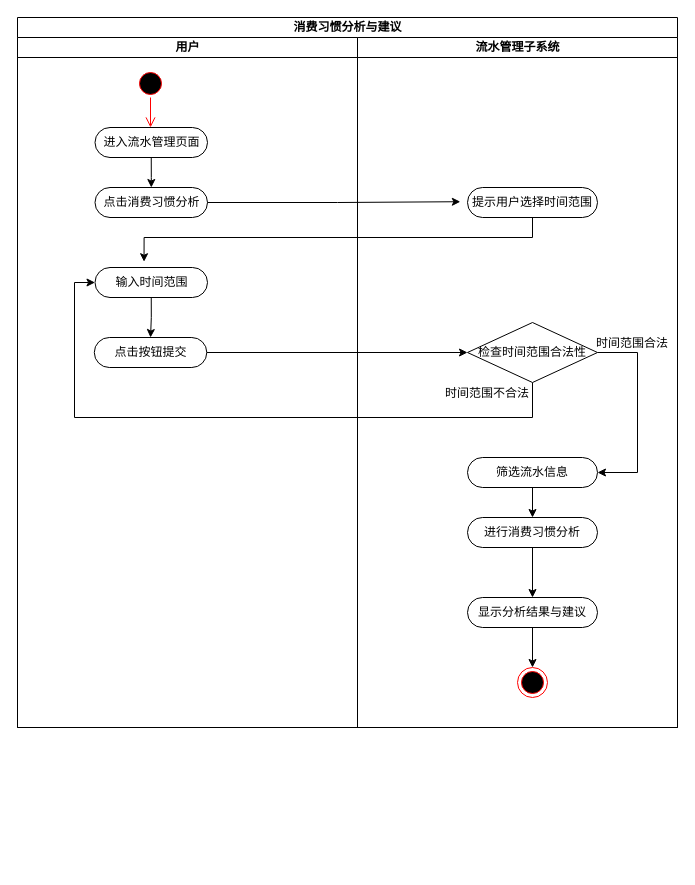
This is 投资分析与建议活动图.drawio from PomeloLemon/SoftwareDiagrams, a draw.io file, before an edit. Source tidied: cells renumbered, new cells numbered last; positions are measured from the earlier drawing's top-left corner, leaving out a move shared by most shapes. Both pictures are drawn from the tidied source at 100%, with x=0, y=0 at pixel (17, 17).
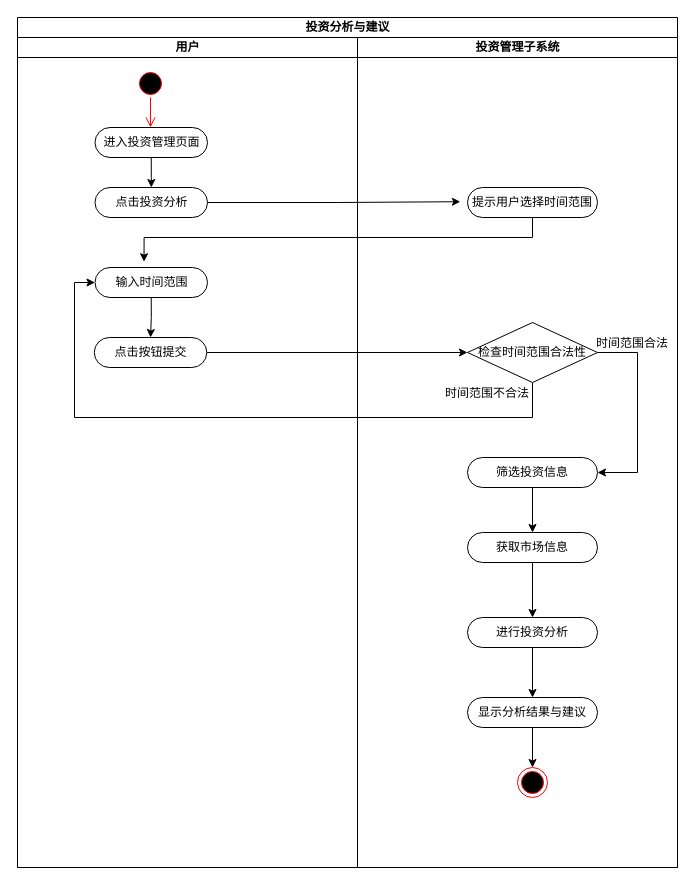
After the change.

Commit message:
更新投资分析与建议活动图.drawio

Diff of the diagram source:
```diff
@@
-    <mxCell id="2" value="消费习惯分析与建议" style="swimlane;startSize=20;html=1;" parent="1" vertex="1">
-      <mxGeometry width="660" height="710" as="geometry" />
+    <mxCell id="2" value="投资分析与建议" style="swimlane;startSize=20;html=1;" parent="1" vertex="1">
+      <mxGeometry width="660" height="850" as="geometry" />
     </mxCell>
     <mxCell id="3" value="用户" style="swimlane;startSize=20;html=1;" parent="2" vertex="1">
-      <mxGeometry y="20" width="340" height="690" as="geometry" />
+      <mxGeometry y="20" width="340" height="830" as="geometry" />
     </mxCell>
@@
-    <mxCell id="7" value="进入流水管理页面" style="rounded=1;whiteSpace=wrap;html=1;shadow=0;comic=0;labelBackgroundColor=none;strokeWidth=1;fontFamily=Verdana;fontSize=12;align=center;arcSize=50;" parent="3" vertex="1">
+    <mxCell id="7" value="进入投资管理页面" style="rounded=1;whiteSpace=wrap;html=1;shadow=0;comic=0;labelBackgroundColor=none;strokeWidth=1;fontFamily=Verdana;fontSize=12;align=center;arcSize=50;" parent="3" vertex="1">
       <mxGeometry x="77.5" y="90" width="112.5" height="30" as="geometry" />
     </mxCell>
-    <mxCell id="8" value="点击消费习惯分析" style="rounded=1;whiteSpace=wrap;html=1;shadow=0;comic=0;labelBackgroundColor=none;strokeWidth=1;fontFamily=Verdana;fontSize=12;align=center;arcSize=50;" parent="3" vertex="1">
+    <mxCell id="8" value="点击投资分析" style="rounded=1;whiteSpace=wrap;html=1;shadow=0;comic=0;labelBackgroundColor=none;strokeWidth=1;fontFamily=Verdana;fontSize=12;align=center;arcSize=50;" parent="3" vertex="1">
       <mxGeometry x="77.5" y="150" width="112.5" height="30" as="geometry" />
     </mxCell>
@@
-    <mxCell id="16" value="流水管理子系统" style="swimlane;startSize=20;html=1;" parent="2" vertex="1">
-      <mxGeometry x="340" y="20" width="320" height="690" as="geometry" />
+    <mxCell id="16" value="投资管理子系统" style="swimlane;startSize=20;html=1;" parent="2" vertex="1">
+      <mxGeometry x="340" y="20" width="320" height="830" as="geometry" />
     </mxCell>
@@
-    <mxCell id="21" style="edgeStyle=orthogonalEdgeStyle;rounded=0;jettySize=auto;html=1;exitX=0.5;exitY=1;exitDx=0;exitDy=0;entryX=0.5;entryY=0;entryDx=0;entryDy=0;" parent="16" edge="1" source="22" target="25">
-      <mxGeometry relative="1" as="geometry" />
-    </mxCell>
+    <mxCell id="29" style="edgeStyle=orthogonalEdgeStyle;rounded=0;jettySize=auto;html=1;" parent="16" edge="1" source="22" target="31">
+      <mxGeometry relative="1" as="geometry" />
+    </mxCell>
-    <mxCell id="22" value="筛选流水信息" style="rounded=1;whiteSpace=wrap;html=1;shadow=0;comic=0;labelBackgroundColor=none;strokeWidth=1;fontFamily=Verdana;fontSize=12;align=center;arcSize=50;" parent="16" vertex="1">
+    <mxCell id="22" value="筛选投资信息" style="rounded=1;whiteSpace=wrap;html=1;shadow=0;comic=0;labelBackgroundColor=none;strokeWidth=1;fontFamily=Verdana;fontSize=12;align=center;arcSize=50;" parent="16" vertex="1">
       <mxGeometry x="110" y="420" width="130" height="30" as="geometry" />
     </mxCell>
@@
-    <mxCell id="25" value="进行消费习惯分析" style="rounded=1;whiteSpace=wrap;html=1;shadow=0;comic=0;labelBackgroundColor=none;strokeWidth=1;fontFamily=Verdana;fontSize=12;align=center;arcSize=50;" parent="16" vertex="1">
-      <mxGeometry x="110" y="480" width="130" height="30" as="geometry" />
+    <mxCell id="25" value="进行投资分析" style="rounded=1;whiteSpace=wrap;html=1;shadow=0;comic=0;labelBackgroundColor=none;strokeWidth=1;fontFamily=Verdana;fontSize=12;align=center;arcSize=50;" parent="16" vertex="1">
+      <mxGeometry x="110" y="580" width="130" height="30" as="geometry" />
     </mxCell>
@@
     <mxCell id="27" value="显示分析结果与建议" style="rounded=1;whiteSpace=wrap;html=1;shadow=0;comic=0;labelBackgroundColor=none;strokeWidth=1;fontFamily=Verdana;fontSize=12;align=center;arcSize=50;" parent="16" vertex="1">
-      <mxGeometry x="110" y="560" width="130" height="30" as="geometry" />
+      <mxGeometry x="110" y="660" width="130" height="30" as="geometry" />
     </mxCell>
     <mxCell id="28" style="ellipse;html=1;shape=endState;fillColor=#000000;strokeColor=#ff0000;" parent="16" vertex="1">
-      <mxGeometry x="160" y="630" width="30" height="30" as="geometry" />
+      <mxGeometry x="160" y="730" width="30" height="30" as="geometry" />
     </mxCell>
+    <mxCell id="30" style="edgeStyle=orthogonalEdgeStyle;rounded=0;jettySize=auto;html=1;" parent="16" edge="1" source="31" target="25">
+      <mxGeometry relative="1" as="geometry" />
+    </mxCell>
+    <mxCell id="31" value="获取市场信息" style="rounded=1;whiteSpace=wrap;html=1;shadow=0;comic=0;labelBackgroundColor=none;strokeWidth=1;fontFamily=Verdana;fontSize=12;align=center;arcSize=50;" parent="16" vertex="1">
+      <mxGeometry x="110" y="495" width="130" height="30" as="geometry" />
+    </mxCell>
```
